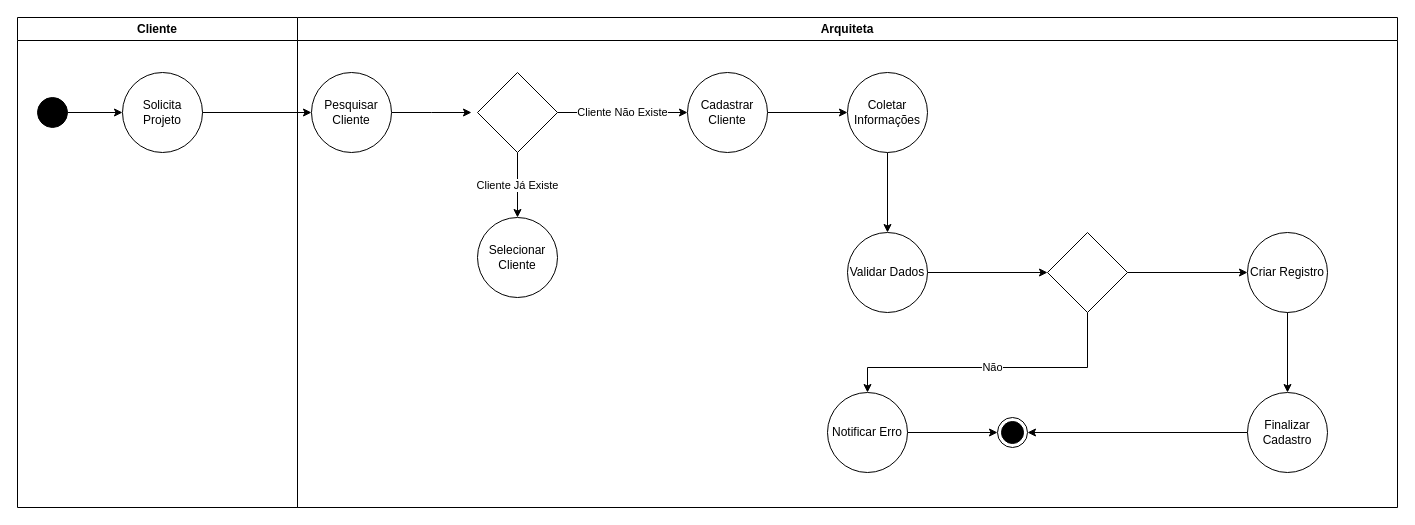
Earlier version of the draw.io diagram page "DiagramaAtividades" (1 of 2) of Diagramas/CadastrarClientesAtividades.drawio (gabsdnker/ES-I). Source tidied: cells renumbered, new cells numbered last; positions are measured from the earlier drawing's top-left corner, leaving out a move shared by most shapes. Both pictures are drawn from the tidied source at 100%, with x=0, y=0 at pixel (17, 17).
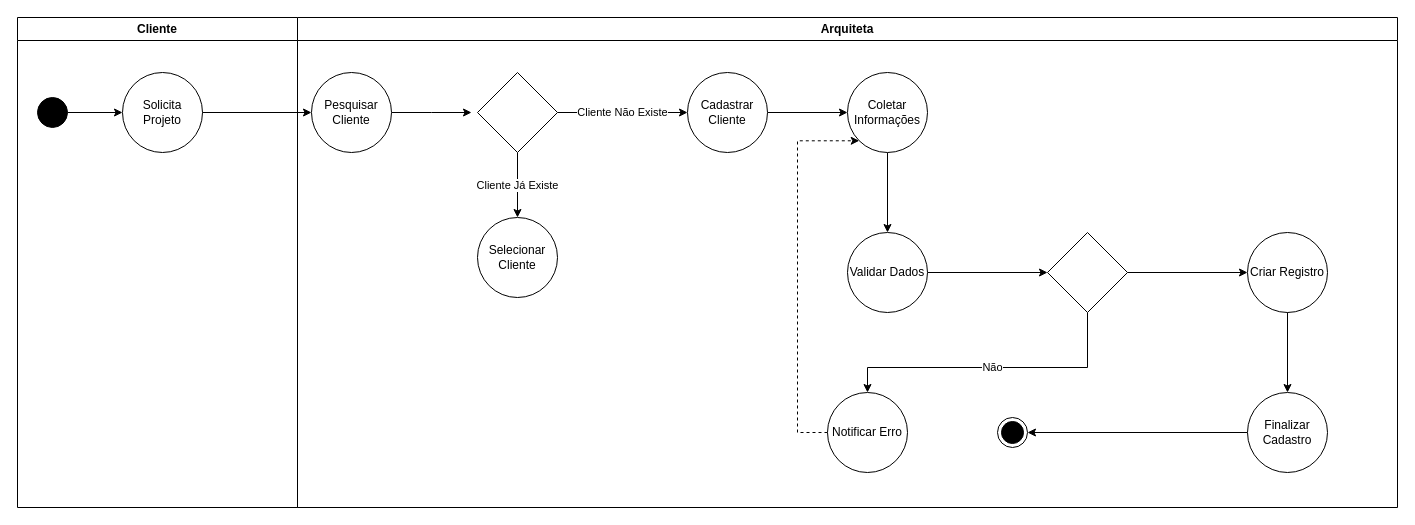
Above is the later version.

The change refers to these unchanged cells:
```xml
<mxCell id="6" value="Arquiteta" style="swimlane;whiteSpace=wrap;html=1;" parent="1" vertex="1">
  <mxGeometry x="280" width="1100" height="490" as="geometry" />
</mxCell>
<mxCell id="16" value="Coletar Informações" style="ellipse;whiteSpace=wrap;html=1;" parent="6" vertex="1">
  <mxGeometry x="550" y="55" width="80" height="80" as="geometry" />
</mxCell>
<mxCell id="22" value="Notificar Erro" style="ellipse;whiteSpace=wrap;html=1;" parent="6" vertex="1">
  <mxGeometry x="530" y="375" width="80" height="80" as="geometry" />
</mxCell>
<mxCell id="28" style="ellipse;html=1;shape=endState;fillColor=strokeColor;" parent="6" vertex="1">
  <mxGeometry x="700" y="400" width="30" height="30" as="geometry" />
</mxCell>
```

Change to the diagram source:
```diff
@@
-    <mxCell id="21" style="edgeStyle=orthogonalEdgeStyle;rounded=0;jettySize=auto;html=1;entryX=0;entryY=0.5;entryDx=0;entryDy=0;" parent="6" edge="1" source="22" target="28">
-      <mxGeometry relative="1" as="geometry" />
-    </mxCell>
+    <mxCell id="30" style="edgeStyle=orthogonalEdgeStyle;rounded=0;jettySize=auto;html=1;entryX=0;entryY=1;entryDx=0;entryDy=0;dashed=1;" parent="6" edge="1" source="22" target="16">
+      <mxGeometry relative="1" as="geometry">
+        <Array as="points">
+          <mxPoint x="500" y="415" />
+          <mxPoint x="500" y="123" />
+        </Array>
+      </mxGeometry>
+    </mxCell>
```
